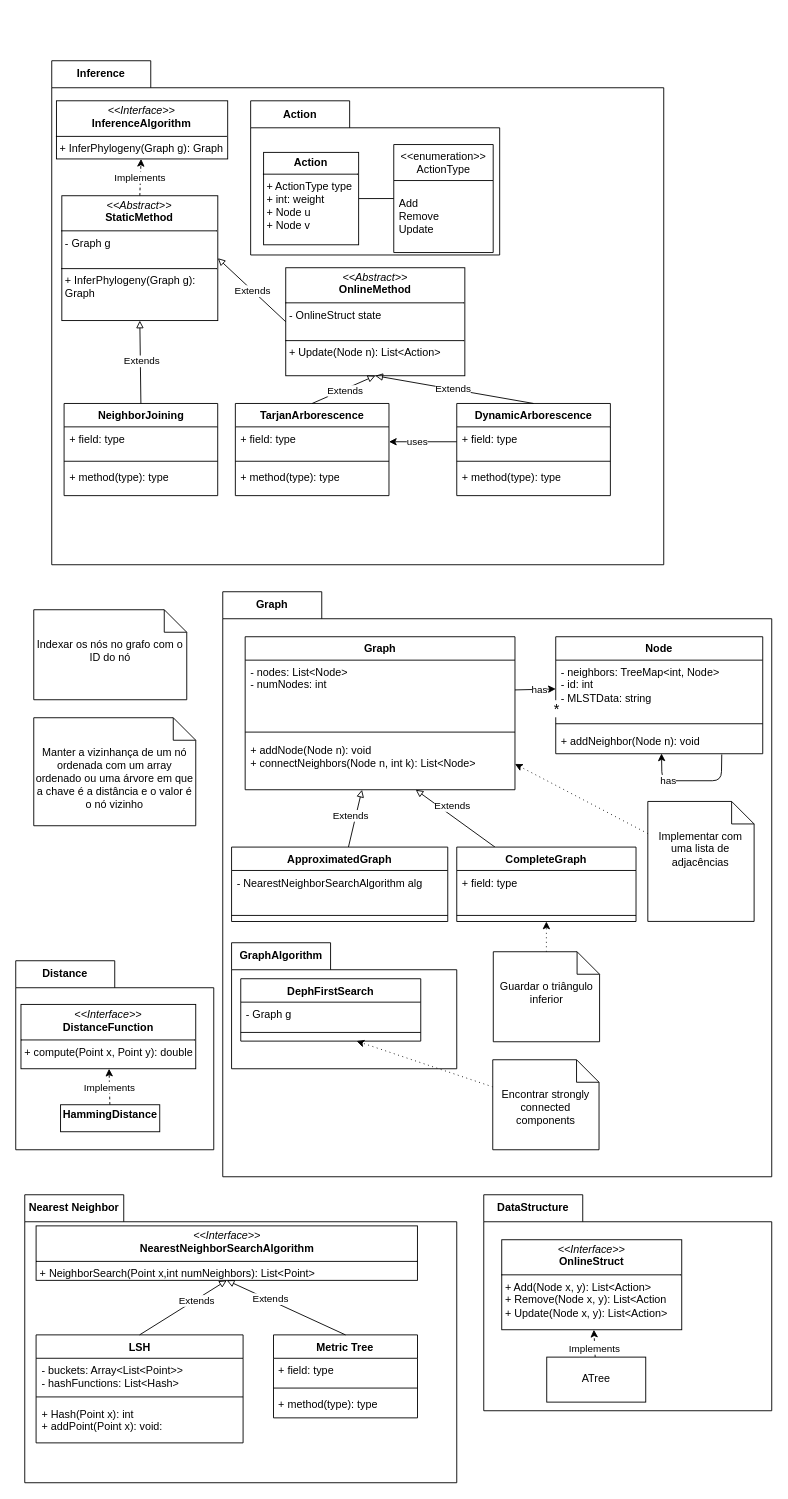
Earlier version of the draw.io diagram Packages.drawio (Goncalo-Palma-Nunes/minimum-weight-arborescence). Source tidied: cells renumbered, new cells numbered last; positions are measured from the earlier drawing's top-left corner, leaving out a move shared by most shapes. Both pictures are drawn from the tidied source at 90%, with x=0, y=0 at pixel (15, 60).
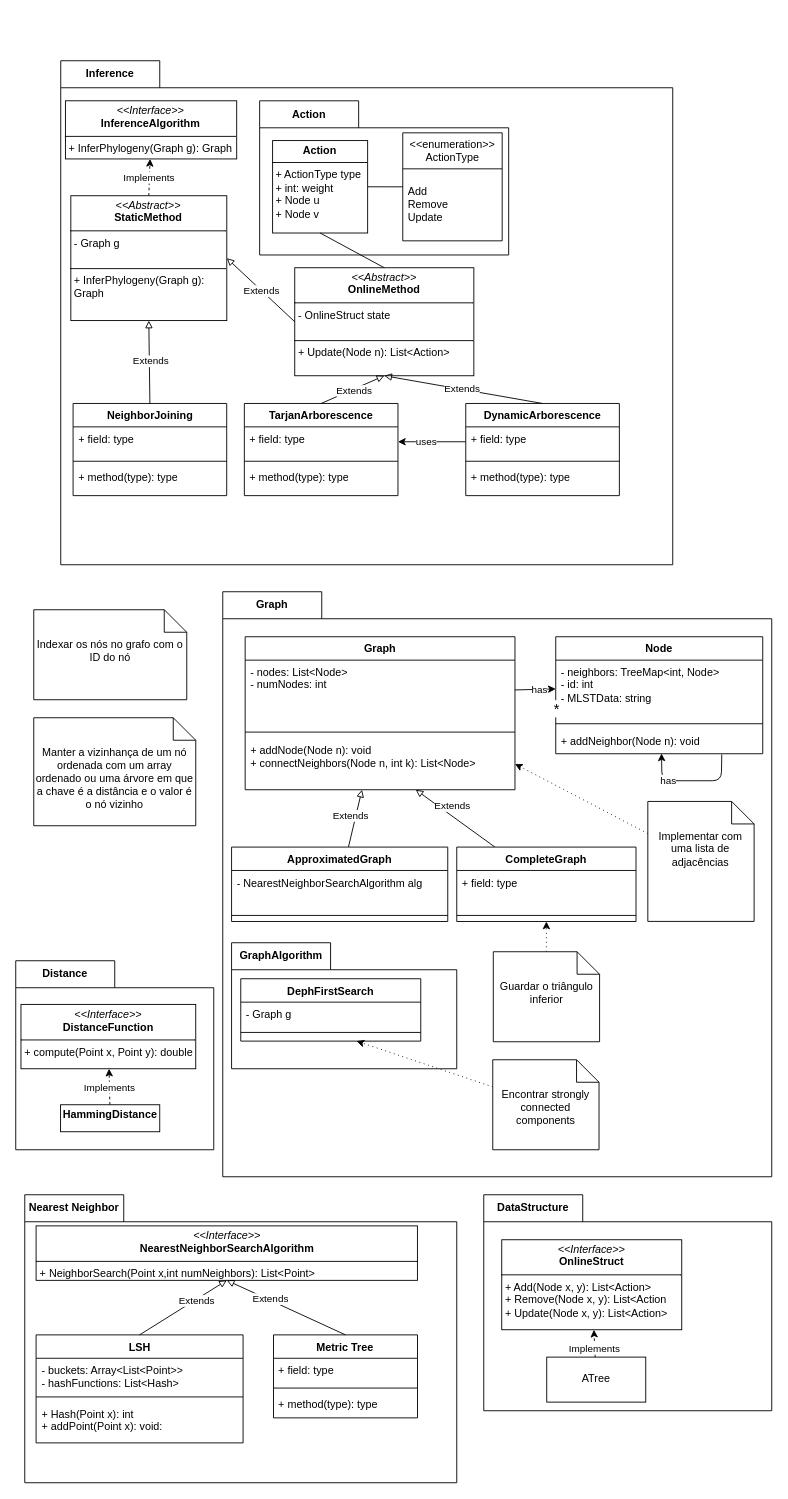
After the change.

Commit message:
fix: add missing relation between OnlineMethod and Action

Unchanged cells that the change refers to:
```xml
<mxCell id="64" value="&lt;p style=&quot;margin:0px;margin-top:4px;text-align:center;&quot;&gt;&lt;i&gt;&amp;lt;&amp;lt;Abstract&amp;gt;&amp;gt;&lt;/i&gt;&lt;br&gt;&lt;b&gt;OnlineMethod&lt;/b&gt;&lt;/p&gt;&lt;hr size=&quot;1&quot; style=&quot;border-style:solid;&quot;&gt;&lt;p style=&quot;margin:0px;margin-left:4px;&quot;&gt;- OnlineStruct state&lt;br&gt;&lt;br&gt;&lt;/p&gt;&lt;hr size=&quot;1&quot; style=&quot;border-style:solid;&quot;&gt;&lt;p style=&quot;margin:0px;margin-left:4px;&quot;&gt;+ Update(Node n): List&amp;lt;Action&amp;gt;&lt;br&gt;&lt;/p&gt;" style="verticalAlign=top;align=left;overflow=fill;html=1;whiteSpace=wrap;" parent="58" vertex="1">
  <mxGeometry x="260" y="230" width="199" height="120" as="geometry" />
</mxCell>
<mxCell id="87" value="Action" style="shape=folder;fontStyle=1;tabWidth=110;tabHeight=30;tabPosition=left;html=1;boundedLbl=1;labelInHeader=1;whiteSpace=wrap;" parent="58" vertex="1">
  <mxGeometry x="221" y="44.5" width="276.7" height="171.3" as="geometry" />
</mxCell>
```

Diff of the diagram source:
```diff
@@
     <mxCell id="58" value="Inference" style="shape=folder;fontStyle=1;tabWidth=110;tabHeight=30;tabPosition=left;html=1;boundedLbl=1;labelInHeader=1;whiteSpace=wrap;" parent="1" vertex="1">
-      <mxGeometry x="40" width="680" height="560" as="geometry" />
+      <mxGeometry x="50" width="680" height="560" as="geometry" />
     </mxCell>
@@
     <mxCell id="89" value="&lt;p style=&quot;margin:0px;margin-top:4px;text-align:center;&quot;&gt;&lt;b&gt;Action&lt;/b&gt;&lt;/p&gt;&lt;hr size=&quot;1&quot; style=&quot;border-style:solid;&quot;&gt;&lt;p style=&quot;margin:0px;margin-left:4px;&quot;&gt;+ ActionType type&lt;br&gt;+ int: weight&lt;br&gt;+ Node u&lt;br&gt;+ Node v&lt;/p&gt;&lt;p style=&quot;margin:0px;margin-left:4px;&quot;&gt;&lt;br&gt;&lt;/p&gt;" style="verticalAlign=top;align=left;overflow=fill;html=1;whiteSpace=wrap;" parent="87" vertex="1">
-      <mxGeometry x="14.4" y="57.3" width="105.6" height="102.7" as="geometry" />
+      <mxGeometry x="14.4" y="44.2" width="105.6" height="102.7" as="geometry" />
     </mxCell>
     <mxCell id="90" value="&amp;lt;&amp;lt;enumeration&amp;gt;&amp;gt;&lt;br&gt;ActionType" style="swimlane;fontStyle=0;align=center;verticalAlign=top;horizontal=1;startSize=40;html=1;whiteSpace=wrap;" parent="87" vertex="1">
-      <mxGeometry x="159" y="48.6" width="110.5" height="120" as="geometry" />
+      <mxGeometry x="159" y="35.6" width="110.5" height="120" as="geometry" />
     </mxCell>
@@
+    <mxCell id="99" style="edgeStyle=none;html=1;endArrow=none;endFill=0;entryX=0.5;entryY=0;entryDx=0;entryDy=0;exitX=0.5;exitY=1;exitDx=0;exitDy=0;" parent="58" edge="1" source="89" target="64">
+      <mxGeometry relative="1" as="geometry" />
+    </mxCell>
```
